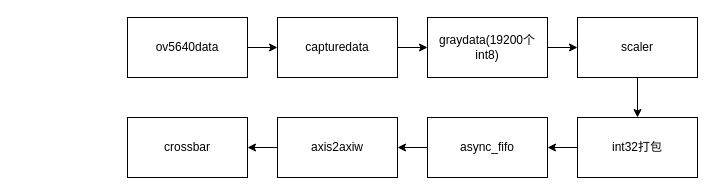
This is architecture diagram/process.drawio from ssssss-dot/soc_learning, a draw.io file, before an edit. Source tidied: cells renumbered, new cells numbered last; positions are measured from the earlier drawing's top-left corner, leaving out a move shared by most shapes. Both pictures are drawn from the tidied source at 100%, with x=0, y=0 at pixel (127, 17).
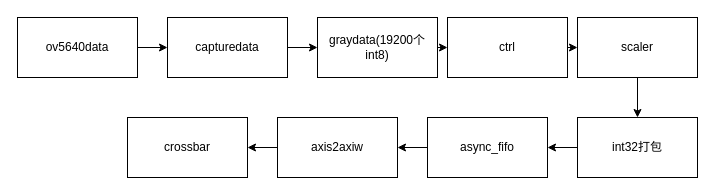
The same page after the edit.

Commit message (it also covers changes not shown here):
video_process_change

The edit, as a diff of the source:
```diff
@@
 <mxGraphModel>
   <root>
     <mxCell id="0" />
     <mxCell id="1" parent="0" />
     <mxCell id="2" style="edgeStyle=none;html=1;" parent="1" edge="1" source="3" target="5">
       <mxGeometry relative="1" as="geometry" />
     </mxCell>
     <mxCell id="3" value="ov5640data" style="rounded=0;whiteSpace=wrap;html=1;" parent="1" vertex="1">
-      <mxGeometry width="120" height="60" as="geometry" />
+      <mxGeometry x="-110" width="120" height="60" as="geometry" />
     </mxCell>
     <mxCell id="4" style="edgeStyle=none;html=1;" parent="1" edge="1" source="5" target="7">
       <mxGeometry relative="1" as="geometry" />
     </mxCell>
     <mxCell id="5" value="capturedata" style="rounded=0;whiteSpace=wrap;html=1;" parent="1" vertex="1">
-      <mxGeometry x="150" width="120" height="60" as="geometry" />
+      <mxGeometry x="40" width="120" height="60" as="geometry" />
     </mxCell>
-    <mxCell id="6" style="edgeStyle=none;html=1;" parent="1" edge="1" source="7" target="9">
-      <mxGeometry relative="1" as="geometry" />
-    </mxCell>
+    <mxCell id="17" style="edgeStyle=none;html=1;" parent="1" edge="1" source="7" target="19">
+      <mxGeometry relative="1" as="geometry" />
+    </mxCell>
     <mxCell id="7" value="graydata(19200个int8)" style="rounded=0;whiteSpace=wrap;html=1;" parent="1" vertex="1">
-      <mxGeometry x="300" width="120" height="60" as="geometry" />
+      <mxGeometry x="190" width="120" height="60" as="geometry" />
     </mxCell>
     <mxCell id="8" style="edgeStyle=none;html=1;" parent="1" edge="1" source="9" target="11">
       <mxGeometry relative="1" as="geometry" />
     </mxCell>
     <mxCell id="9" value="scaler" style="rounded=0;whiteSpace=wrap;html=1;" parent="1" vertex="1">
       <mxGeometry x="450" width="120" height="60" as="geometry" />
     </mxCell>
     <mxCell id="10" style="edgeStyle=none;html=1;" parent="1" edge="1" source="11" target="13">
       <mxGeometry relative="1" as="geometry" />
     </mxCell>
     <mxCell id="11" value="int32打包" style="rounded=0;whiteSpace=wrap;html=1;" parent="1" vertex="1">
       <mxGeometry x="450" y="100" width="120" height="60" as="geometry" />
     </mxCell>
     <mxCell id="12" style="edgeStyle=none;html=1;" parent="1" edge="1" source="13" target="15">
       <mxGeometry relative="1" as="geometry" />
     </mxCell>
     <mxCell id="13" value="async_fifo" style="rounded=0;whiteSpace=wrap;html=1;" parent="1" vertex="1">
       <mxGeometry x="300" y="100" width="120" height="60" as="geometry" />
     </mxCell>
     <mxCell id="14" style="edgeStyle=none;html=1;" parent="1" edge="1" source="15" target="16">
       <mxGeometry relative="1" as="geometry" />
     </mxCell>
     <mxCell id="15" value="axis2axiw" style="rounded=0;whiteSpace=wrap;html=1;" parent="1" vertex="1">
       <mxGeometry x="150" y="100" width="120" height="60" as="geometry" />
     </mxCell>
     <mxCell id="16" value="crossbar" style="rounded=0;whiteSpace=wrap;html=1;" parent="1" vertex="1">
       <mxGeometry y="100" width="120" height="60" as="geometry" />
     </mxCell>
+    <mxCell id="18" style="edgeStyle=none;html=1;" parent="1" edge="1" source="19" target="9">
+      <mxGeometry relative="1" as="geometry" />
+    </mxCell>
+    <mxCell id="19" value="ctrl" style="rounded=0;whiteSpace=wrap;html=1;" parent="1" vertex="1">
+      <mxGeometry x="320" width="120" height="60" as="geometry" />
+    </mxCell>
   </root>
 </mxGraphModel>
```
